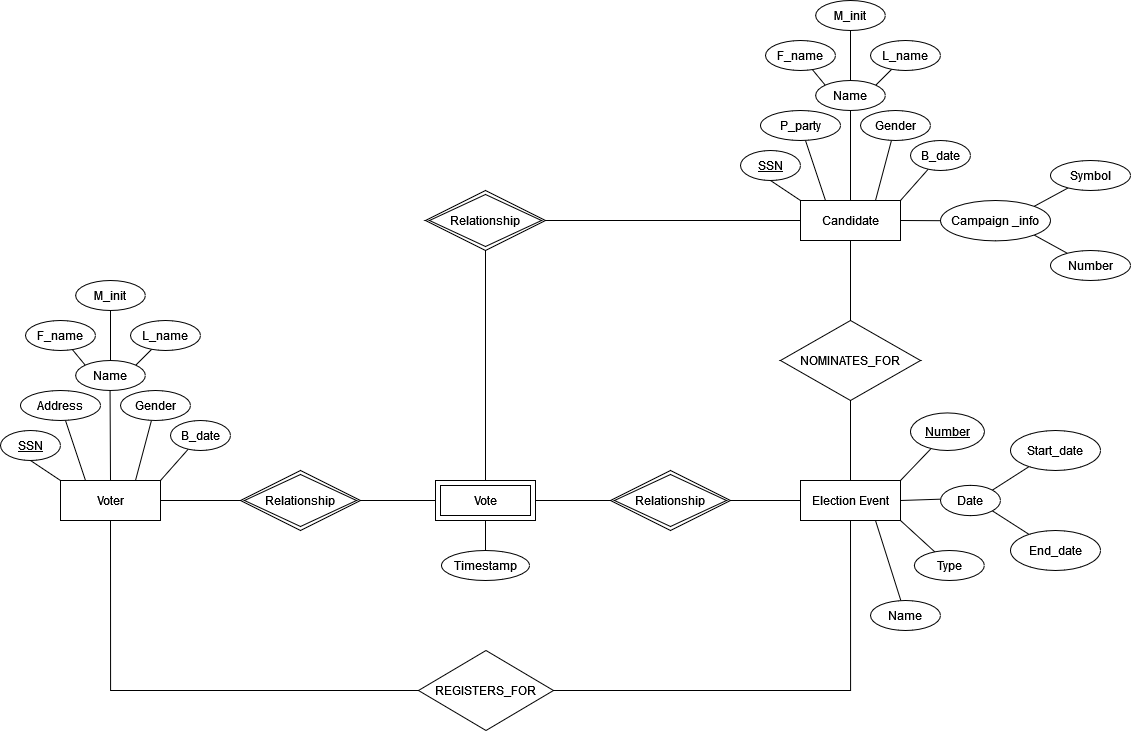
Before: DBMS_ERD.drawio.png, a diagram exported from draw.io (AbdEl-Rahman21/DBMS_Project). Source tidied: cells renumbered, new cells last; positions are measured from the earlier drawing's top-left corner, leaving out a move shared by most shapes.
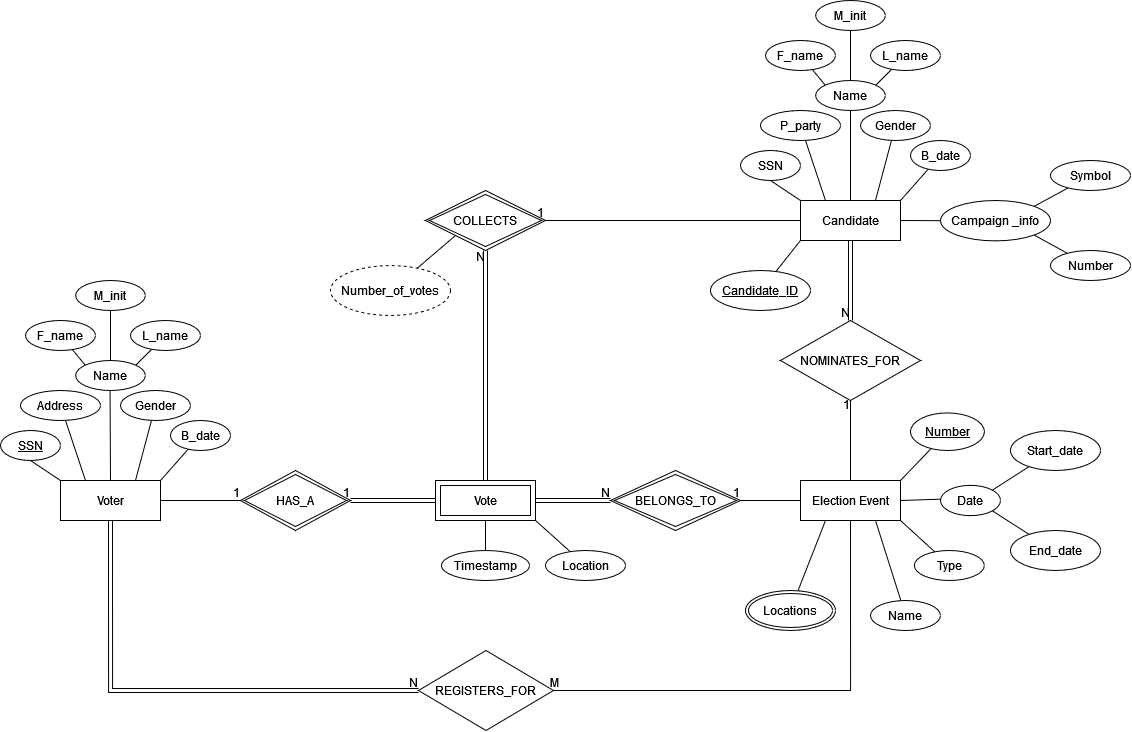
After the commit.

What changed in the source:
```diff
@@ -2,12 +2,6 @@
   <root>
     <mxCell id="0" />
     <mxCell id="1" parent="0" />
-    <mxCell id="2" style="edgeStyle=none;rounded=0;jettySize=auto;html=1;exitX=1;exitY=0.5;exitDx=0;exitDy=0;entryX=0;entryY=0.5;entryDx=0;entryDy=0;endArrow=none;endFill=0;" parent="1" edge="1" source="9" target="21">
-      <mxGeometry relative="1" as="geometry" />
-    </mxCell>
-    <mxCell id="3" style="edgeStyle=orthogonalEdgeStyle;rounded=0;jettySize=auto;html=1;exitX=0.5;exitY=1;exitDx=0;exitDy=0;entryX=0;entryY=0.5;entryDx=0;entryDy=0;endArrow=none;endFill=0;" parent="1" edge="1" source="9" target="24">
-      <mxGeometry relative="1" as="geometry" />
-    </mxCell>
     <mxCell id="4" style="edgeStyle=none;rounded=0;jettySize=auto;html=1;exitX=0;exitY=0;exitDx=0;exitDy=0;entryX=0.5;entryY=1;entryDx=0;entryDy=0;endArrow=none;endFill=0;" parent="1" edge="1" source="9" target="30">
       <mxGeometry relative="1" as="geometry" />
     </mxCell>
@@ -26,12 +20,6 @@
     <mxCell id="9" value="&lt;div&gt;Voter&lt;/div&gt;" style="whiteSpace=wrap;html=1;align=center;" parent="1" vertex="1">
       <mxGeometry x="60" y="480" width="100" height="40" as="geometry" />
     </mxCell>
-    <mxCell id="10" style="edgeStyle=none;rounded=0;jettySize=auto;html=1;exitX=0;exitY=0.5;exitDx=0;exitDy=0;entryX=1;entryY=0.5;entryDx=0;entryDy=0;endArrow=none;endFill=0;" parent="1" edge="1" source="16" target="22">
-      <mxGeometry relative="1" as="geometry" />
-    </mxCell>
-    <mxCell id="11" style="edgeStyle=none;rounded=0;jettySize=auto;html=1;exitX=0.5;exitY=0;exitDx=0;exitDy=0;entryX=0.5;entryY=1;entryDx=0;entryDy=0;endArrow=none;endFill=0;" parent="1" edge="1" source="16" target="26">
-      <mxGeometry relative="1" as="geometry" />
-    </mxCell>
     <mxCell id="12" style="edgeStyle=none;rounded=0;jettySize=auto;html=1;exitX=1;exitY=0;exitDx=0;exitDy=0;endArrow=none;endFill=0;" parent="1" edge="1" source="16" target="41">
       <mxGeometry relative="1" as="geometry" />
     </mxCell>
@@ -44,46 +32,37 @@
     <mxCell id="15" style="edgeStyle=none;rounded=0;jettySize=auto;html=1;exitX=0.75;exitY=1;exitDx=0;exitDy=0;endArrow=none;endFill=0;" parent="1" edge="1" source="16" target="48">
       <mxGeometry relative="1" as="geometry" />
     </mxCell>
+    <mxCell id="73" style="edgeStyle=none;rounded=0;jettySize=auto;html=1;exitX=0.25;exitY=1;exitDx=0;exitDy=0;endArrow=none;endFill=0;" parent="1" edge="1" source="16" target="77">
+      <mxGeometry relative="1" as="geometry" />
+    </mxCell>
     <mxCell id="16" value="Election Event" style="whiteSpace=wrap;html=1;align=center;" parent="1" vertex="1">
       <mxGeometry x="800" y="480" width="100" height="40" as="geometry" />
     </mxCell>
-    <mxCell id="17" style="edgeStyle=none;rounded=0;jettySize=auto;html=1;exitX=1;exitY=0.5;exitDx=0;exitDy=0;entryX=0;entryY=0.5;entryDx=0;entryDy=0;endArrow=none;endFill=0;" parent="1" edge="1" source="19" target="22">
-      <mxGeometry relative="1" as="geometry" />
-    </mxCell>
     <mxCell id="18" style="edgeStyle=none;rounded=0;jettySize=auto;html=1;exitX=0.5;exitY=1;exitDx=0;exitDy=0;endArrow=none;endFill=0;" parent="1" edge="1" source="19" target="72">
       <mxGeometry relative="1" as="geometry" />
     </mxCell>
+    <mxCell id="74" style="edgeStyle=none;rounded=0;jettySize=auto;html=1;exitX=1;exitY=1;exitDx=0;exitDy=0;endArrow=none;endFill=0;" parent="1" edge="1" source="19" target="80">
+      <mxGeometry relative="1" as="geometry" />
+    </mxCell>
     <mxCell id="19" value="&lt;div&gt;Vote&lt;/div&gt;" style="shape=ext;margin=3;double=1;whiteSpace=wrap;html=1;align=center;" parent="1" vertex="1">
       <mxGeometry x="435" y="480" width="100" height="40" as="geometry" />
     </mxCell>
-    <mxCell id="20" style="edgeStyle=none;rounded=0;jettySize=auto;html=1;exitX=1;exitY=0.5;exitDx=0;exitDy=0;entryX=0;entryY=0.5;entryDx=0;entryDy=0;endArrow=none;endFill=0;" parent="1" edge="1" source="21" target="19">
-      <mxGeometry relative="1" as="geometry" />
-    </mxCell>
-    <mxCell id="21" value="Relationship" style="shape=rhombus;double=1;perimeter=rhombusPerimeter;whiteSpace=wrap;html=1;align=center;" parent="1" vertex="1">
-      <mxGeometry x="240" y="470" width="120" height="60" as="geometry" />
+    <mxCell id="21" value="HAS_A" style="shape=rhombus;double=1;perimeter=rhombusPerimeter;whiteSpace=wrap;html=1;align=center;" parent="1" vertex="1">
+      <mxGeometry x="240" y="470" width="110" height="60" as="geometry" />
     </mxCell>
-    <mxCell id="22" value="Relationship" style="shape=rhombus;double=1;perimeter=rhombusPerimeter;whiteSpace=wrap;html=1;align=center;" parent="1" vertex="1">
-      <mxGeometry x="610" y="470" width="120" height="60" as="geometry" />
+    <mxCell id="22" value="BELONGS_TO" style="shape=rhombus;double=1;perimeter=rhombusPerimeter;whiteSpace=wrap;html=1;align=center;" parent="1" vertex="1">
+      <mxGeometry x="610" y="470" width="130" height="60" as="geometry" />
     </mxCell>
-    <mxCell id="23" style="edgeStyle=orthogonalEdgeStyle;rounded=0;jettySize=auto;html=1;exitX=1;exitY=0.5;exitDx=0;exitDy=0;entryX=0.5;entryY=1;entryDx=0;entryDy=0;endArrow=none;endFill=0;" parent="1" edge="1" source="24" target="16">
-      <mxGeometry relative="1" as="geometry" />
-    </mxCell>
     <mxCell id="24" value="REGISTERS_FOR" style="shape=rhombus;perimeter=rhombusPerimeter;whiteSpace=wrap;html=1;align=center;" parent="1" vertex="1">
       <mxGeometry x="418" y="650" width="135" height="80" as="geometry" />
     </mxCell>
-    <mxCell id="25" style="edgeStyle=none;rounded=0;jettySize=auto;html=1;exitX=0.5;exitY=0;exitDx=0;exitDy=0;endArrow=none;endFill=0;entryX=0.5;entryY=1;entryDx=0;entryDy=0;" parent="1" edge="1" source="26" target="55">
-      <mxGeometry relative="1" as="geometry" />
-    </mxCell>
     <mxCell id="26" value="NOMINATES_FOR" style="shape=rhombus;perimeter=rhombusPerimeter;whiteSpace=wrap;html=1;align=center;" parent="1" vertex="1">
       <mxGeometry x="780" y="320" width="140" height="80" as="geometry" />
     </mxCell>
-    <mxCell id="27" style="edgeStyle=none;rounded=0;jettySize=auto;html=1;entryX=0.5;entryY=0;entryDx=0;entryDy=0;endArrow=none;endFill=0;exitX=0.5;exitY=1;exitDx=0;exitDy=0;" parent="1" edge="1" source="29" target="19">
-      <mxGeometry relative="1" as="geometry" />
-    </mxCell>
-    <mxCell id="28" style="edgeStyle=none;rounded=0;jettySize=auto;html=1;endArrow=none;endFill=0;exitX=1;exitY=0.5;exitDx=0;exitDy=0;entryX=0;entryY=0.5;entryDx=0;entryDy=0;" parent="1" edge="1" source="29" target="55">
-      <mxGeometry relative="1" as="geometry" />
-    </mxCell>
+    <mxCell id="75" style="edgeStyle=none;rounded=0;jettySize=auto;html=1;exitX=0;exitY=1;exitDx=0;exitDy=0;endArrow=none;endFill=0;" parent="1" edge="1" source="29" target="79">
+      <mxGeometry relative="1" as="geometry" />
+    </mxCell>
-    <mxCell id="29" value="Relationship" style="shape=rhombus;double=1;perimeter=rhombusPerimeter;whiteSpace=wrap;html=1;align=center;" parent="1" vertex="1">
+    <mxCell id="29" value="COLLECTS" style="shape=rhombus;double=1;perimeter=rhombusPerimeter;whiteSpace=wrap;html=1;align=center;" parent="1" vertex="1">
       <mxGeometry x="425" y="190" width="120" height="60" as="geometry" />
     </mxCell>
     <mxCell id="30" value="SSN" style="ellipse;whiteSpace=wrap;html=1;align=center;fontStyle=4;" parent="1" vertex="1">
@@ -161,10 +140,13 @@
     <mxCell id="54" style="edgeStyle=none;rounded=0;jettySize=auto;html=1;exitX=1;exitY=0.5;exitDx=0;exitDy=0;entryX=0;entryY=0.5;entryDx=0;entryDy=0;endArrow=none;endFill=0;" parent="1" edge="1" source="55" target="69">
       <mxGeometry relative="1" as="geometry" />
     </mxCell>
+    <mxCell id="76" style="edgeStyle=none;rounded=0;jettySize=auto;html=1;exitX=0;exitY=1;exitDx=0;exitDy=0;endArrow=none;endFill=0;" parent="1" edge="1" source="55" target="78">
+      <mxGeometry relative="1" as="geometry" />
+    </mxCell>
     <mxCell id="55" value="Candidate" style="whiteSpace=wrap;html=1;align=center;" parent="1" vertex="1">
       <mxGeometry x="800" y="200" width="100" height="40" as="geometry" />
     </mxCell>
-    <mxCell id="56" value="SSN" style="ellipse;whiteSpace=wrap;html=1;align=center;fontStyle=4;" parent="1" vertex="1">
+    <mxCell id="56" value="SSN" style="ellipse;whiteSpace=wrap;html=1;align=center;fontStyle=0;" parent="1" vertex="1">
       <mxGeometry x="740" y="150" width="60" height="30" as="geometry" />
     </mxCell>
     <mxCell id="57" value="P_party" style="ellipse;whiteSpace=wrap;html=1;align=center;" parent="1" vertex="1">
@@ -215,5 +197,83 @@
     <mxCell id="72" value="Timestamp " style="ellipse;whiteSpace=wrap;html=1;align=center;" parent="1" vertex="1">
       <mxGeometry x="441" y="550" width="88" height="30" as="geometry" />
     </mxCell>
+    <mxCell id="77" value="Locations" style="ellipse;shape=doubleEllipse;margin=3;whiteSpace=wrap;html=1;align=center;" parent="1" vertex="1">
+      <mxGeometry x="745" y="590" width="90" height="40" as="geometry" />
+    </mxCell>
+    <mxCell id="78" value="Candidate_ID" style="ellipse;whiteSpace=wrap;html=1;align=center;fontStyle=4;" parent="1" vertex="1">
+      <mxGeometry x="710" y="270" width="100" height="40" as="geometry" />
+    </mxCell>
+    <mxCell id="79" value="Number_of_votes" style="ellipse;whiteSpace=wrap;html=1;align=center;dashed=1;" parent="1" vertex="1">
+      <mxGeometry x="330" y="265" width="120" height="50" as="geometry" />
+    </mxCell>
+    <mxCell id="80" value="Location" style="ellipse;whiteSpace=wrap;html=1;align=center;" parent="1" vertex="1">
+      <mxGeometry x="545" y="550" width="80" height="30" as="geometry" />
+    </mxCell>
+    <mxCell id="3" style="shape=link;html=1;rounded=0;exitX=0.5;exitY=1;exitDx=0;exitDy=0;entryX=0;entryY=0.5;entryDx=0;entryDy=0;edgeStyle=orthogonalEdgeStyle;" parent="1" edge="1" source="9" target="24">
+      <mxGeometry relative="1" as="geometry" />
+    </mxCell>
+    <mxCell id="81" value="N" style="html=1;whiteSpace=wrap;align=right;verticalAlign=bottom;" parent="3" vertex="1">
+      <mxGeometry x="1" relative="1" as="geometry" />
+    </mxCell>
+    <mxCell id="82" style="endArrow=none;html=1;rounded=0;entryX=1;entryY=0.5;entryDx=0;entryDy=0;exitX=0.5;exitY=1;exitDx=0;exitDy=0;edgeStyle=orthogonalEdgeStyle;" parent="1" edge="1" source="16" target="24">
+      <mxGeometry relative="1" as="geometry" />
+    </mxCell>
+    <mxCell id="83" value="M" style="html=1;whiteSpace=wrap;align=right;verticalAlign=bottom;" parent="82" vertex="1">
+      <mxGeometry x="1" relative="1" as="geometry">
+        <mxPoint x="7" as="offset" />
+      </mxGeometry>
+    </mxCell>
+    <mxCell id="11" style="endArrow=none;html=1;rounded=0;entryX=0.5;entryY=1;entryDx=0;entryDy=0;exitX=0.5;exitY=0;exitDx=0;exitDy=0;" parent="1" edge="1" source="16" target="26">
+      <mxGeometry relative="1" as="geometry" />
+    </mxCell>
+    <mxCell id="84" value="1" style="html=1;whiteSpace=wrap;align=right;verticalAlign=bottom;" parent="11" vertex="1">
+      <mxGeometry x="1" relative="1" as="geometry">
+        <mxPoint y="12" as="offset" />
+      </mxGeometry>
+    </mxCell>
+    <mxCell id="85" style="shape=link;html=1;rounded=0;exitX=0.5;exitY=1;exitDx=0;exitDy=0;entryX=0.5;entryY=0;entryDx=0;entryDy=0;" parent="1" edge="1" source="55" target="26">
+      <mxGeometry relative="1" as="geometry" />
+    </mxCell>
+    <mxCell id="86" value="N" style="html=1;whiteSpace=wrap;align=right;verticalAlign=bottom;" parent="85" vertex="1">
+      <mxGeometry x="1" relative="1" as="geometry" />
+    </mxCell>
+    <mxCell id="2" style="endArrow=none;html=1;rounded=0;exitX=1;exitY=0.5;exitDx=0;exitDy=0;entryX=0;entryY=0.5;entryDx=0;entryDy=0;" parent="1" edge="1" source="9" target="21">
+      <mxGeometry relative="1" as="geometry" />
+    </mxCell>
+    <mxCell id="87" value="1" style="html=1;whiteSpace=wrap;align=right;verticalAlign=bottom;" parent="2" vertex="1">
+      <mxGeometry x="1" relative="1" as="geometry" />
+    </mxCell>
+    <mxCell id="88" style="shape=link;html=1;rounded=0;entryX=1;entryY=0.5;entryDx=0;entryDy=0;exitX=0;exitY=0.5;exitDx=0;exitDy=0;" parent="1" edge="1" source="19" target="21">
+      <mxGeometry relative="1" as="geometry" />
+    </mxCell>
+    <mxCell id="89" value="1" style="html=1;whiteSpace=wrap;align=right;verticalAlign=bottom;" parent="88" vertex="1">
+      <mxGeometry x="1" relative="1" as="geometry" />
+    </mxCell>
+    <mxCell id="10" style="endArrow=none;html=1;rounded=0;entryX=1;entryY=0.5;entryDx=0;entryDy=0;exitX=0;exitY=0.5;exitDx=0;exitDy=0;" parent="1" edge="1" source="16" target="22">
+      <mxGeometry relative="1" as="geometry" />
+    </mxCell>
+    <mxCell id="90" value="1" style="html=1;whiteSpace=wrap;align=right;verticalAlign=bottom;" parent="10" vertex="1">
+      <mxGeometry x="1" relative="1" as="geometry" />
+    </mxCell>
+    <mxCell id="17" style="shape=link;html=1;rounded=0;entryX=0;entryY=0.5;entryDx=0;entryDy=0;exitX=1;exitY=0.5;exitDx=0;exitDy=0;" parent="1" edge="1" source="19" target="22">
+      <mxGeometry relative="1" as="geometry" />
+    </mxCell>
+    <mxCell id="91" value="N" style="html=1;whiteSpace=wrap;align=right;verticalAlign=bottom;" parent="17" vertex="1">
+      <mxGeometry x="1" relative="1" as="geometry" />
+    </mxCell>
+    <mxCell id="92" style="endArrow=none;html=1;rounded=0;entryX=1;entryY=0.5;entryDx=0;entryDy=0;exitX=0;exitY=0.5;exitDx=0;exitDy=0;" parent="1" edge="1" source="55" target="29">
+      <mxGeometry relative="1" as="geometry" />
+    </mxCell>
+    <mxCell id="93" value="1" style="html=1;whiteSpace=wrap;align=right;verticalAlign=bottom;" parent="92" vertex="1">
+      <mxGeometry x="1" relative="1" as="geometry" />
+    </mxCell>
+    <mxCell id="94" style="shape=link;html=1;rounded=0;entryX=0.5;entryY=1;entryDx=0;entryDy=0;exitX=0.5;exitY=0;exitDx=0;exitDy=0;" parent="1" edge="1" source="19" target="29">
+      <mxGeometry relative="1" as="geometry" />
+    </mxCell>
+    <mxCell id="95" value="N" style="html=1;whiteSpace=wrap;align=right;verticalAlign=bottom;" parent="94" vertex="1">
+      <mxGeometry x="1" relative="1" as="geometry">
+        <mxPoint y="15" as="offset" />
+      </mxGeometry>
+    </mxCell>
   </root>
 </mxGraphModel>
```
